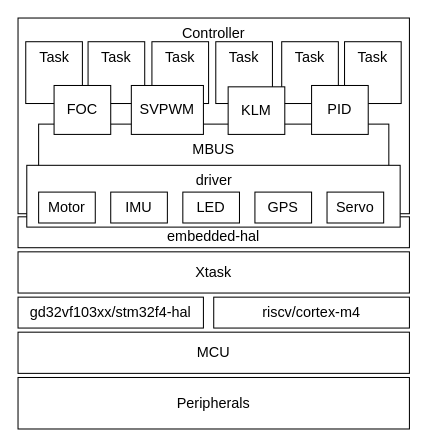
Earlier version of the draw.io diagram doc/degin.dio (gqf2008/Xpilot). Source tidied: cells renumbered, new cells numbered last; positions are measured from the earlier drawing's top-left corner, leaving out a move shared by most shapes. Both pictures are drawn from the tidied source at 103%, with x=0, y=0 at pixel (18, 18).
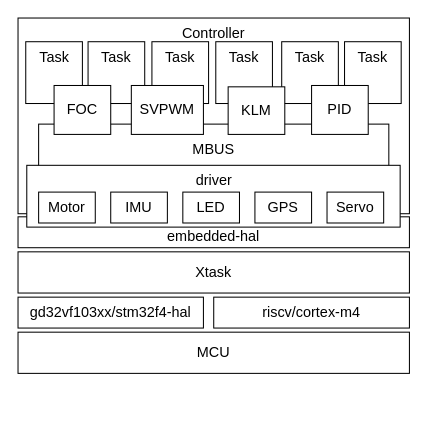
The same page after the edit.

The edit, as a diff of the source:
```diff
@@
-    <mxCell id="11" value="Peripherals" style="rounded=0;whiteSpace=wrap;html=1;fontSize=14;" parent="1" vertex="1">
-      <mxGeometry y="349" width="380" height="50" as="geometry" />
-    </mxCell>
```
